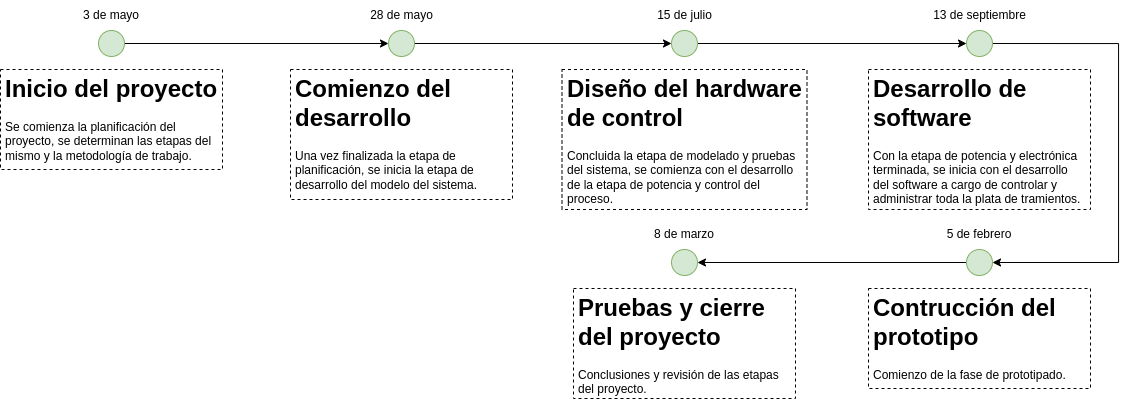
The draw.io diagram src/imagenes/ingenieria/lineaDeTiempo.png in GabiAndi/UNER_Tesis, before a commit. Source tidied: cells renumbered, new cells last; positions are measured from the earlier drawing's top-left corner, leaving out a move shared by most shapes.
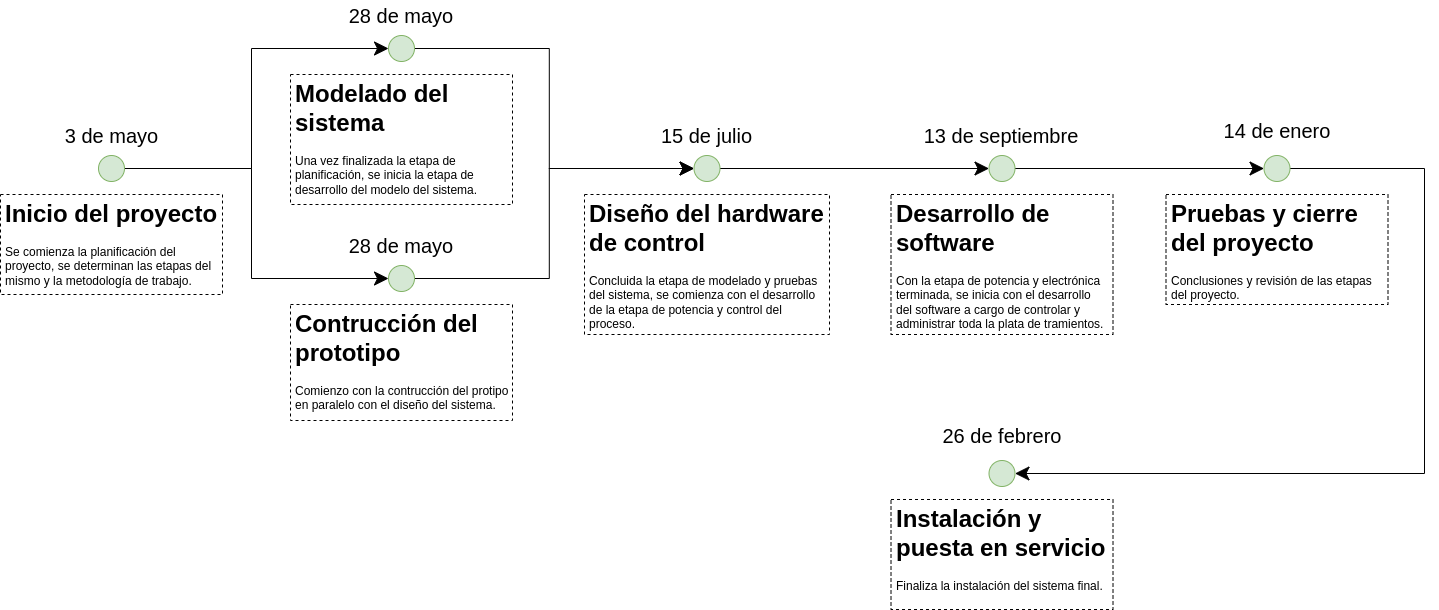
The same diagram one commit later.

Diff of the diagram source:
```diff
@@ -2,79 +2,94 @@
   <root>
     <mxCell id="0" />
     <mxCell id="1" parent="0" />
-    <mxCell id="2" style="edgeStyle=orthogonalEdgeStyle;rounded=0;jettySize=auto;html=1;exitX=1;exitY=0.5;exitDx=0;exitDy=0;entryX=0;entryY=0.5;entryDx=0;entryDy=0;" parent="1" edge="1" source="3" target="7">
+    <mxCell id="2" style="edgeStyle=orthogonalEdgeStyle;rounded=0;jettySize=auto;html=1;exitX=1;exitY=0.5;exitDx=0;exitDy=0;entryX=0;entryY=0.5;entryDx=0;entryDy=0;endSize=12;" parent="1" edge="1" source="3" target="7">
       <mxGeometry relative="1" as="geometry" />
     </mxCell>
+    <mxCell id="25" style="edgeStyle=orthogonalEdgeStyle;rounded=0;jettySize=auto;html=1;exitX=1;exitY=0.5;exitDx=0;exitDy=0;entryX=0;entryY=0.5;entryDx=0;entryDy=0;fontSize=20;endSize=12;" parent="1" edge="1" source="3" target="19">
+      <mxGeometry relative="1" as="geometry" />
+    </mxCell>
     <mxCell id="3" style="ellipse;whiteSpace=wrap;html=1;fillColor=#d5e8d4;strokeColor=#82b366;" parent="1" vertex="1">
-      <mxGeometry x="98" y="30" width="26" height="26" as="geometry" />
+      <mxGeometry x="98" y="150" width="26" height="26" as="geometry" />
     </mxCell>
-    <mxCell id="4" value="3 de mayo" style="text;html=1;strokeColor=none;fillColor=none;align=center;verticalAlign=middle;whiteSpace=wrap;rounded=0;" parent="1" vertex="1">
-      <mxGeometry x="81" width="60" height="30" as="geometry" />
+    <mxCell id="4" value="&lt;font style=&quot;font-size: 20px&quot;&gt;3 de mayo&lt;/font&gt;" style="text;html=1;strokeColor=none;fillColor=none;align=center;verticalAlign=middle;whiteSpace=wrap;rounded=0;" parent="1" vertex="1">
+      <mxGeometry x="59.5" y="115" width="103" height="30" as="geometry" />
     </mxCell>
     <mxCell id="5" value="&lt;h1&gt;Inicio del proyecto&lt;/h1&gt;&lt;p&gt;Se comienza la planificación del proyecto, se determinan las etapas del mismo y la metodología de trabajo.&lt;/p&gt;" style="text;html=1;strokeColor=default;fillColor=none;spacing=5;spacingTop=-20;whiteSpace=wrap;overflow=hidden;rounded=0;strokeWidth=1;dashed=1;" parent="1" vertex="1">
-      <mxGeometry y="69" width="222" height="100" as="geometry" />
+      <mxGeometry y="189" width="222" height="100" as="geometry" />
     </mxCell>
-    <mxCell id="6" style="edgeStyle=orthogonalEdgeStyle;rounded=0;jettySize=auto;html=1;exitX=1;exitY=0.5;exitDx=0;exitDy=0;entryX=0;entryY=0.5;entryDx=0;entryDy=0;" parent="1" edge="1" source="7" target="11">
+    <mxCell id="6" style="edgeStyle=orthogonalEdgeStyle;rounded=0;jettySize=auto;html=1;exitX=1;exitY=0.5;exitDx=0;exitDy=0;entryX=0;entryY=0.5;entryDx=0;entryDy=0;fontSize=20;endSize=12;" parent="1" edge="1" source="7" target="11">
       <mxGeometry relative="1" as="geometry" />
     </mxCell>
     <mxCell id="7" style="ellipse;whiteSpace=wrap;html=1;fillColor=#d5e8d4;strokeColor=#82b366;" parent="1" vertex="1">
       <mxGeometry x="388" y="30" width="26" height="26" as="geometry" />
     </mxCell>
-    <mxCell id="8" value="28 de mayo" style="text;html=1;strokeColor=none;fillColor=none;align=center;verticalAlign=middle;whiteSpace=wrap;rounded=0;" parent="1" vertex="1">
-      <mxGeometry x="367.5" width="67" height="30" as="geometry" />
+    <mxCell id="8" value="&lt;font style=&quot;font-size: 20px&quot;&gt;28 de mayo&lt;/font&gt;" style="text;html=1;strokeColor=none;fillColor=none;align=center;verticalAlign=middle;whiteSpace=wrap;rounded=0;" parent="1" vertex="1">
+      <mxGeometry x="342.9" y="-5" width="116.2" height="30" as="geometry" />
     </mxCell>
-    <mxCell id="9" value="&lt;h1&gt;Comienzo del desarrollo&lt;/h1&gt;&lt;p&gt;Una vez finalizada la etapa de planificación, se inicia la etapa de desarrollo del modelo del sistema.&lt;/p&gt;" style="text;html=1;strokeColor=default;fillColor=none;spacing=5;spacingTop=-20;whiteSpace=wrap;overflow=hidden;rounded=0;strokeWidth=1;dashed=1;" parent="1" vertex="1">
+    <mxCell id="9" value="&lt;h1&gt;Modelado del sistema&lt;/h1&gt;&lt;p&gt;Una vez finalizada la etapa de planificación, se inicia la etapa de desarrollo del modelo del sistema.&lt;/p&gt;" style="text;html=1;strokeColor=default;fillColor=none;spacing=5;spacingTop=-20;whiteSpace=wrap;overflow=hidden;rounded=0;strokeWidth=1;dashed=1;" parent="1" vertex="1">
       <mxGeometry x="290" y="69" width="222" height="130" as="geometry" />
     </mxCell>
-    <mxCell id="10" style="edgeStyle=orthogonalEdgeStyle;rounded=0;jettySize=auto;html=1;exitX=1;exitY=0.5;exitDx=0;exitDy=0;entryX=0;entryY=0.5;entryDx=0;entryDy=0;" parent="1" edge="1" source="11" target="15">
+    <mxCell id="10" style="edgeStyle=orthogonalEdgeStyle;rounded=0;jettySize=auto;html=1;exitX=1;exitY=0.5;exitDx=0;exitDy=0;entryX=0;entryY=0.5;entryDx=0;entryDy=0;fontSize=20;endSize=12;" parent="1" edge="1" source="11" target="15">
       <mxGeometry relative="1" as="geometry" />
     </mxCell>
     <mxCell id="11" style="ellipse;whiteSpace=wrap;html=1;fillColor=#d5e8d4;strokeColor=#82b366;" parent="1" vertex="1">
-      <mxGeometry x="671" y="30" width="26" height="26" as="geometry" />
+      <mxGeometry x="693.5" y="150" width="26" height="26" as="geometry" />
     </mxCell>
-    <mxCell id="12" value="15 de julio" style="text;html=1;strokeColor=none;fillColor=none;align=center;verticalAlign=middle;whiteSpace=wrap;rounded=0;" parent="1" vertex="1">
-      <mxGeometry x="650.5" width="67" height="30" as="geometry" />
+    <mxCell id="12" value="&lt;font style=&quot;font-size: 20px&quot;&gt;15 de julio&lt;/font&gt;" style="text;html=1;strokeColor=none;fillColor=none;align=center;verticalAlign=middle;whiteSpace=wrap;rounded=0;" parent="1" vertex="1">
+      <mxGeometry x="653.1" y="115" width="106.8" height="30" as="geometry" />
     </mxCell>
     <mxCell id="13" value="&lt;h1&gt;Diseño del hardware de control&lt;/h1&gt;&lt;p&gt;Concluida la etapa de modelado y pruebas del sistema, se comienza con el desarrollo de la etapa de potencia y control del proceso.&lt;/p&gt;" style="text;html=1;strokeColor=default;fillColor=none;spacing=5;spacingTop=-20;whiteSpace=wrap;overflow=hidden;rounded=0;strokeWidth=1;dashed=1;" parent="1" vertex="1">
-      <mxGeometry x="561.5" y="69" width="245" height="140" as="geometry" />
+      <mxGeometry x="584" y="189" width="245" height="140" as="geometry" />
     </mxCell>
-    <mxCell id="14" style="edgeStyle=orthogonalEdgeStyle;rounded=0;jettySize=auto;html=1;exitX=1;exitY=0.5;exitDx=0;exitDy=0;entryX=1;entryY=0.5;entryDx=0;entryDy=0;" parent="1" edge="1" source="15" target="19">
-      <mxGeometry relative="1" as="geometry">
-        <Array as="points">
-          <mxPoint x="1118" y="43" />
-          <mxPoint x="1118" y="262" />
-        </Array>
-      </mxGeometry>
-    </mxCell>
+    <mxCell id="26" style="edgeStyle=orthogonalEdgeStyle;rounded=0;jettySize=auto;html=1;exitX=1;exitY=0.5;exitDx=0;exitDy=0;entryX=0;entryY=0.5;entryDx=0;entryDy=0;fontSize=20;endSize=12;" parent="1" edge="1" source="15" target="22">
+      <mxGeometry relative="1" as="geometry" />
+    </mxCell>
     <mxCell id="15" style="ellipse;whiteSpace=wrap;html=1;fillColor=#d5e8d4;strokeColor=#82b366;" parent="1" vertex="1">
-      <mxGeometry x="966" y="30" width="26" height="26" as="geometry" />
+      <mxGeometry x="988.5" y="150" width="26" height="26" as="geometry" />
     </mxCell>
-    <mxCell id="16" value="13 de septiembre" style="text;html=1;strokeColor=none;fillColor=none;align=center;verticalAlign=middle;whiteSpace=wrap;rounded=0;" parent="1" vertex="1">
-      <mxGeometry x="927.8" width="102.5" height="30" as="geometry" />
+    <mxCell id="16" value="&lt;font style=&quot;font-size: 20px&quot;&gt;13 de septiembre&lt;/font&gt;" style="text;html=1;strokeColor=none;fillColor=none;align=center;verticalAlign=middle;whiteSpace=wrap;rounded=0;" parent="1" vertex="1">
+      <mxGeometry x="918.4" y="115" width="166.2" height="30" as="geometry" />
     </mxCell>
     <mxCell id="17" value="&lt;h1&gt;Desarrollo de software&lt;/h1&gt;&lt;p&gt;Con la etapa de potencia y electrónica terminada, se inicia con el desarrollo del software a cargo de controlar y administrar toda la plata de tramientos.&lt;/p&gt;" style="text;html=1;strokeColor=default;fillColor=none;spacing=5;spacingTop=-20;whiteSpace=wrap;overflow=hidden;rounded=0;strokeWidth=1;dashed=1;" parent="1" vertex="1">
-      <mxGeometry x="868" y="69" width="222" height="140" as="geometry" />
+      <mxGeometry x="890.5" y="189" width="222" height="140" as="geometry" />
     </mxCell>
-    <mxCell id="18" style="edgeStyle=orthogonalEdgeStyle;rounded=0;jettySize=auto;html=1;exitX=0;exitY=0.5;exitDx=0;exitDy=0;entryX=1;entryY=0.5;entryDx=0;entryDy=0;" parent="1" edge="1" source="19" target="22">
-      <mxGeometry relative="1" as="geometry" />
-    </mxCell>
+    <mxCell id="27" style="edgeStyle=orthogonalEdgeStyle;rounded=0;jettySize=auto;html=1;exitX=1;exitY=0.5;exitDx=0;exitDy=0;entryX=0;entryY=0.5;entryDx=0;entryDy=0;fontSize=20;endSize=12;" parent="1" edge="1" source="19" target="11">
+      <mxGeometry relative="1" as="geometry" />
+    </mxCell>
     <mxCell id="19" style="ellipse;whiteSpace=wrap;html=1;fillColor=#d5e8d4;strokeColor=#82b366;" parent="1" vertex="1">
-      <mxGeometry x="966" y="249" width="26" height="26" as="geometry" />
+      <mxGeometry x="388" y="260" width="26" height="26" as="geometry" />
     </mxCell>
-    <mxCell id="20" value="5 de febrero" style="text;html=1;strokeColor=none;fillColor=none;align=center;verticalAlign=middle;whiteSpace=wrap;rounded=0;" parent="1" vertex="1">
-      <mxGeometry x="943.9" y="219" width="70.2" height="30" as="geometry" />
-    </mxCell>
-    <mxCell id="21" value="&lt;h1&gt;Contrucción del prototipo&lt;/h1&gt;&lt;p&gt;Comienzo de la fase de prototipado.&lt;/p&gt;" style="text;html=1;strokeColor=default;fillColor=none;spacing=5;spacingTop=-20;whiteSpace=wrap;overflow=hidden;rounded=0;strokeWidth=1;dashed=1;" parent="1" vertex="1">
-      <mxGeometry x="868" y="288" width="222" height="100" as="geometry" />
+    <mxCell id="21" value="&lt;h1&gt;Contrucción del prototipo&lt;/h1&gt;&lt;p&gt;Comienzo con la contrucción del protipo en paralelo con el diseño del sistema.&lt;/p&gt;" style="text;html=1;strokeColor=default;fillColor=none;spacing=5;spacingTop=-20;whiteSpace=wrap;overflow=hidden;rounded=0;strokeWidth=1;dashed=1;" parent="1" vertex="1">
+      <mxGeometry x="290" y="299" width="222" height="116" as="geometry" />
     </mxCell>
+    <mxCell id="28" style="edgeStyle=orthogonalEdgeStyle;rounded=0;jettySize=auto;html=1;exitX=1;exitY=0.5;exitDx=0;exitDy=0;entryX=1;entryY=0.5;entryDx=0;entryDy=0;endSize=12;" parent="1" edge="1" source="22" target="30">
+      <mxGeometry relative="1" as="geometry">
+        <Array as="points">
+          <mxPoint x="1424" y="163" />
+          <mxPoint x="1424" y="468" />
+        </Array>
+      </mxGeometry>
+    </mxCell>
     <mxCell id="22" style="ellipse;whiteSpace=wrap;html=1;fillColor=#d5e8d4;strokeColor=#82b366;" parent="1" vertex="1">
-      <mxGeometry x="671" y="249" width="26" height="26" as="geometry" />
+      <mxGeometry x="1263.5" y="150" width="26" height="26" as="geometry" />
     </mxCell>
-    <mxCell id="23" value="8 de marzo" style="text;html=1;strokeColor=none;fillColor=none;align=center;verticalAlign=middle;whiteSpace=wrap;rounded=0;" parent="1" vertex="1">
-      <mxGeometry x="648.9" y="219" width="70.2" height="30" as="geometry" />
+    <mxCell id="23" value="&lt;font style=&quot;font-size: 20px&quot;&gt;14 de enero&lt;/font&gt;" style="text;html=1;strokeColor=none;fillColor=none;align=center;verticalAlign=middle;whiteSpace=wrap;rounded=0;" parent="1" vertex="1">
+      <mxGeometry x="1212.8" y="110" width="127.5" height="30" as="geometry" />
     </mxCell>
     <mxCell id="24" value="&lt;h1&gt;Pruebas y cierre del proyecto&lt;/h1&gt;&lt;p&gt;Conclusiones y revisión de las etapas del proyecto.&lt;/p&gt;" style="text;html=1;strokeColor=default;fillColor=none;spacing=5;spacingTop=-20;whiteSpace=wrap;overflow=hidden;rounded=0;strokeWidth=1;dashed=1;" parent="1" vertex="1">
-      <mxGeometry x="573" y="288" width="222" height="110" as="geometry" />
+      <mxGeometry x="1165.5" y="189" width="222" height="110" as="geometry" />
     </mxCell>
+    <mxCell id="29" value="&lt;font style=&quot;font-size: 20px&quot;&gt;28 de mayo&lt;/font&gt;" style="text;html=1;strokeColor=none;fillColor=none;align=center;verticalAlign=middle;whiteSpace=wrap;rounded=0;" parent="1" vertex="1">
+      <mxGeometry x="342.9" y="225" width="116.2" height="30" as="geometry" />
+    </mxCell>
+    <mxCell id="30" style="ellipse;whiteSpace=wrap;html=1;fillColor=#d5e8d4;strokeColor=#82b366;" parent="1" vertex="1">
+      <mxGeometry x="988.5" y="455" width="26" height="26" as="geometry" />
+    </mxCell>
+    <mxCell id="31" value="&lt;font style=&quot;font-size: 20px&quot;&gt;26 de febrero&lt;/font&gt;" style="text;html=1;strokeColor=none;fillColor=none;align=center;verticalAlign=middle;whiteSpace=wrap;rounded=0;" parent="1" vertex="1">
+      <mxGeometry x="937.8" y="415" width="127.5" height="30" as="geometry" />
+    </mxCell>
+    <mxCell id="32" value="&lt;h1&gt;Instalación y puesta en servicio&lt;/h1&gt;&lt;p&gt;Finaliza la instalación del sistema final.&lt;/p&gt;" style="text;html=1;strokeColor=default;fillColor=none;spacing=5;spacingTop=-20;whiteSpace=wrap;overflow=hidden;rounded=0;strokeWidth=1;dashed=1;" parent="1" vertex="1">
+      <mxGeometry x="890.5" y="494" width="222" height="110" as="geometry" />
+    </mxCell>
   </root>
 </mxGraphModel>
```
